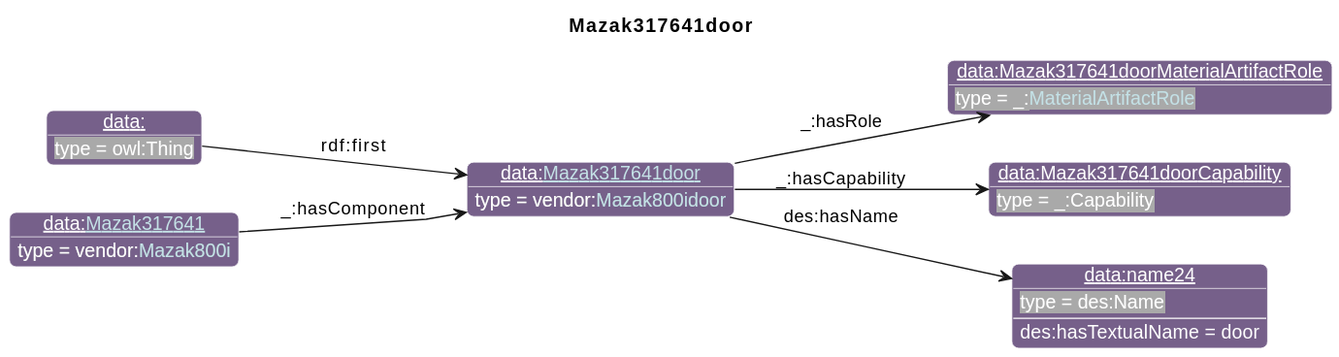
This is diagrams/Mazak317641door.svg from iofoundry/example-syseng-mtconnect, a PlantUML export, as it was before one commit.
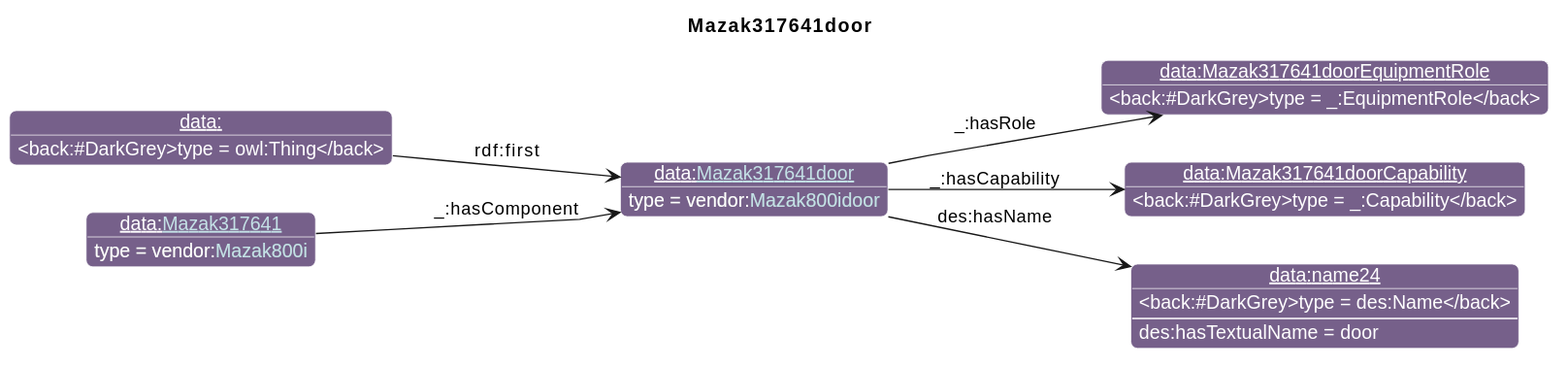
The same file after the commit.

The edit, as a diff of the source:
```diff
@@ -26,7 +26,7 @@
                       "qp":"641B2E"
       }
 individual(o0, data:[[./Mazak317641door.html Mazak317641door]], vendor:[[../Mazak.html#Mazak800idoor Mazak800idoor]])
-individual(o1, data:Mazak317641doorMaterialArtifactRole, _:[[../MTConnect.html#MaterialArtifactRole MaterialArtifactRole]])
+individual(o1, data:Mazak317641doorEquipmentRole, _:EquipmentRole)
 individual(o2, data:Mazak317641doorCapability, _:Capability)
 individual(o3, data:name24, des:Name)
 individual(o4, data:, owl:Thing)
```
